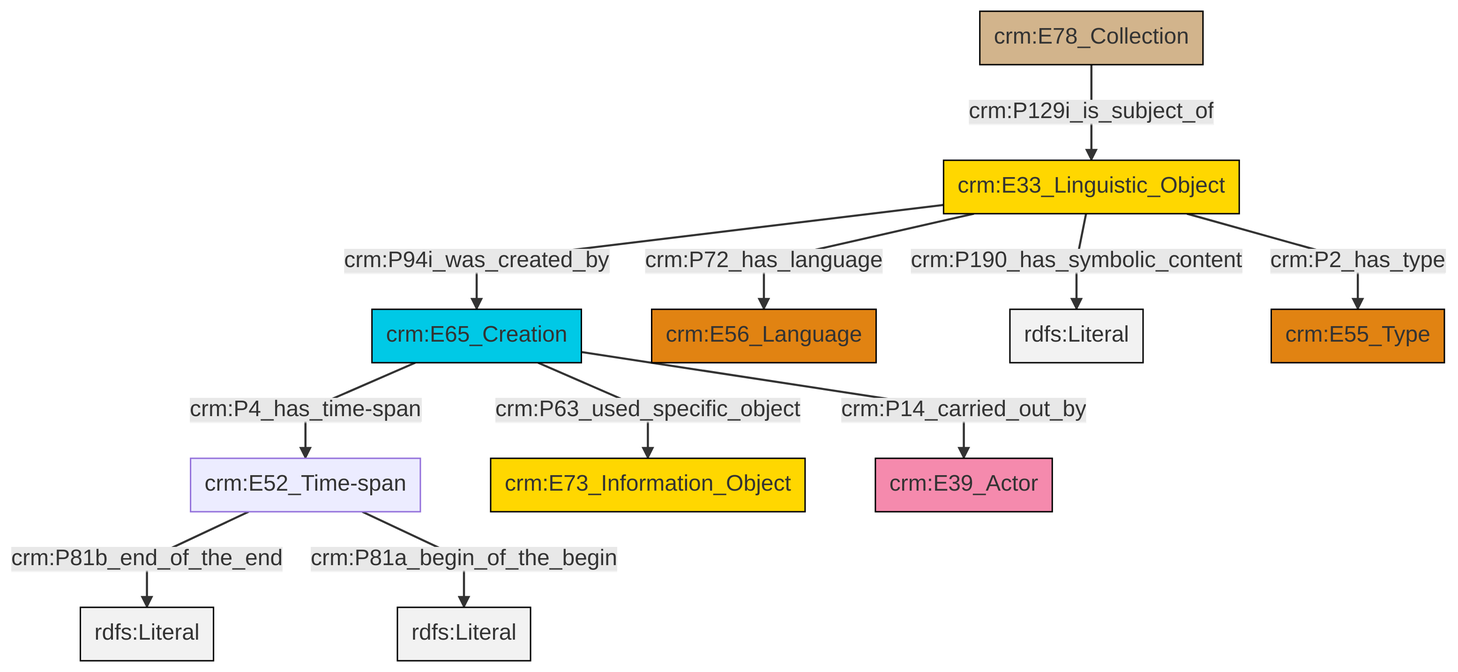
This is et/archivalCSV/ttl/mmd/png/archival_desc.png from swiss-art-research-net/docs.swissartresearch, a Mermaid export, as it was before one commit. Its source is kept beside it as et/archivalCSV/ttl/mmd/archival_desc.ttl.mmd.
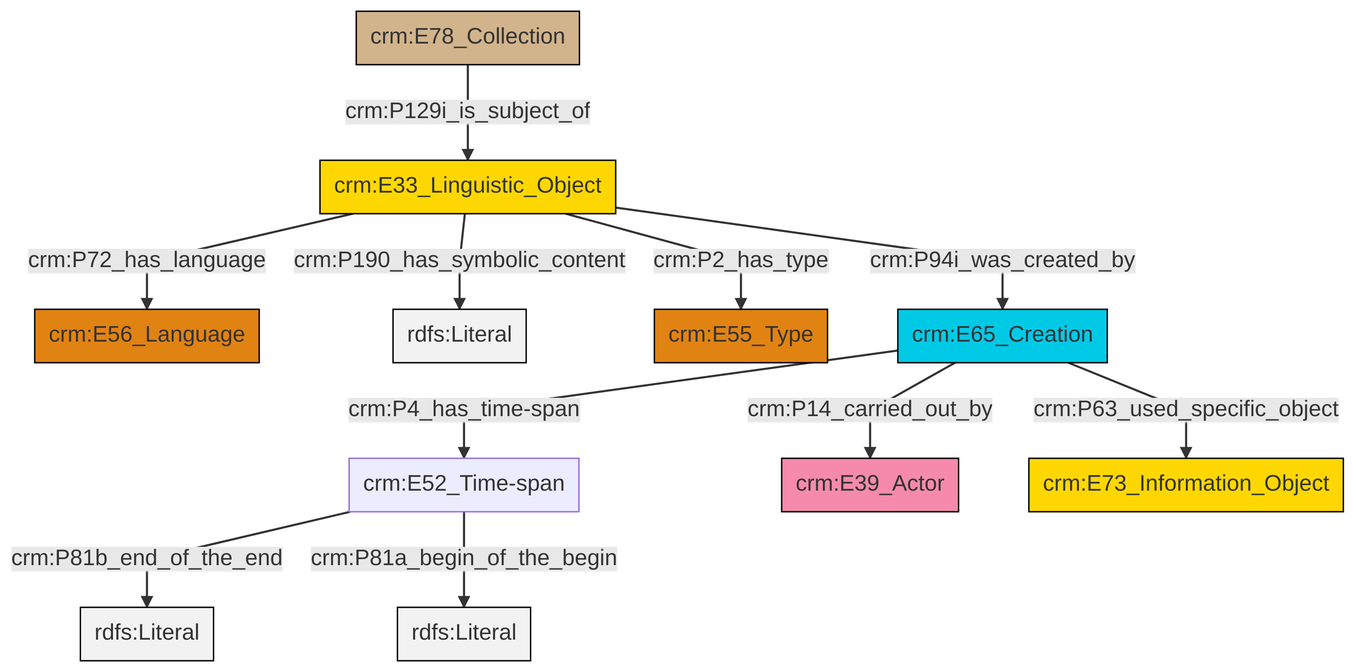
The same file after the commit.

Change to the diagram source:
```diff
@@ -13,13 +13,13 @@
 classDef PC_Classes fill:#4ce600, stroke:#000000;
 classDef Multi fill:#cccccc,stroke:#000000;
 
+0["crm:E33_Linguistic_Object"]:::Conceptual_Object -->|crm:P72_has_language| 1["crm:E56_Language"]:::Type
 2["crm:E52_Time-span"]:::Default -->|crm:P81b_end_of_the_end| 3[rdfs:Literal]:::Literal
-4["crm:E33_Linguistic_Object"]:::Conceptual_Object -->|crm:P72_has_language| 5["crm:E56_Language"]:::Type
-4["crm:E33_Linguistic_Object"]:::Conceptual_Object -->|crm:P190_has_symbolic_content| 6[rdfs:Literal]:::Literal
-7["crm:E78_Collection"]:::Physical_Thing -->|crm:P129i_is_subject_of| 4["crm:E33_Linguistic_Object"]:::Conceptual_Object
-2["crm:E52_Time-span"]:::Default -->|crm:P81a_begin_of_the_begin| 8[rdfs:Literal]:::Literal
-0["crm:E65_Creation"]:::Temporal_Entity -->|crm:P63_used_specific_object| 11["crm:E73_Information_Object"]:::Conceptual_Object
-0["crm:E65_Creation"]:::Temporal_Entity -->|crm:P14_carried_out_by| 12["crm:E39_Actor"]:::Actor
-4["crm:E33_Linguistic_Object"]:::Conceptual_Object -->|crm:P94i_was_created_by| 0["crm:E65_Creation"]:::Temporal_Entity
-0["crm:E65_Creation"]:::Temporal_Entity -->|crm:P4_has_time-span| 2["crm:E52_Time-span"]:::Default
-4["crm:E33_Linguistic_Object"]:::Conceptual_Object -->|crm:P2_has_type| 9["crm:E55_Type"]:::Type
+0["crm:E33_Linguistic_Object"]:::Conceptual_Object -->|crm:P190_has_symbolic_content| 4[rdfs:Literal]:::Literal
+0["crm:E33_Linguistic_Object"]:::Conceptual_Object -->|crm:P2_has_type| 5["crm:E55_Type"]:::Type
+0["crm:E33_Linguistic_Object"]:::Conceptual_Object -->|crm:P94i_was_created_by| 6["crm:E65_Creation"]:::Temporal_Entity
+6["crm:E65_Creation"]:::Temporal_Entity -->|crm:P14_carried_out_by| 7["crm:E39_Actor"]:::Actor
+2["crm:E52_Time-span"]:::Default -->|crm:P81a_begin_of_the_begin| 18[rdfs:Literal]:::Literal
+6["crm:E65_Creation"]:::Temporal_Entity -->|crm:P63_used_specific_object| 13["crm:E73_Information_Object"]:::Conceptual_Object
+11["crm:E78_Collection"]:::Physical_Thing -->|crm:P129i_is_subject_of| 0["crm:E33_Linguistic_Object"]:::Conceptual_Object
+6["crm:E65_Creation"]:::Temporal_Entity -->|crm:P4_has_time-span| 2["crm:E52_Time-span"]:::Default
```
